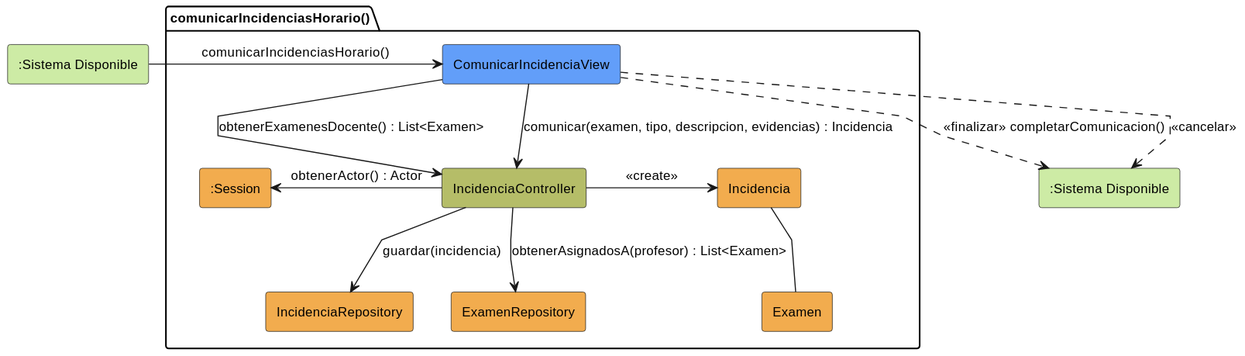
carlos-alvarado-25/25-26-idsw2-sdVC keeps this PlantUML diagram as images/01-analisis/casos-uso/comunicarIncidenciasHorario/comunicarIncidenciasHorario-analisis.svg. Above is the earlier version. Source of this version:
```plantuml
@startuml
skinparam backgroundColor white
skinparam shadowing false
skinparam DefaultFontColor black
skinparam DefaultFontSize 12
skinparam linetype polyline

rectangle #CDEBA5 ":Sistema Disponible" as SistemaDisponible

package comunicarIncidenciasHorario as "comunicarIncidenciasHorario()" {
    rectangle #629EF9 ComunicarIncidenciaView
    rectangle #b5bd68 IncidenciaController
    rectangle #F2AC4E IncidenciaRepository
    rectangle #F2AC4E ExamenRepository
    rectangle #F2AC4E Incidencia
    rectangle #F2AC4E Examen
    rectangle #F2AC4E ":Session" as Session
}

rectangle #CDEBA5 ":Sistema Disponible" as SistemaDisponibleSalida

SistemaDisponible -r-> ComunicarIncidenciaView: comunicarIncidenciasHorario()

ComunicarIncidenciaView -d-> IncidenciaController: obtenerExamenesDocente() : List<Examen>
IncidenciaController -l-> Session: obtenerActor() : Actor
IncidenciaController -d-> ExamenRepository: obtenerAsignadosA(profesor) : List<Examen>

ComunicarIncidenciaView -d-> IncidenciaController: comunicar(examen, tipo, descripcion, evidencias) : Incidencia

IncidenciaController -r-> Incidencia: <<create>>
IncidenciaController -d-> IncidenciaRepository: guardar(incidencia)

Incidencia -- Examen

ComunicarIncidenciaView ..> SistemaDisponibleSalida: <<finalizar>> completarComunicacion()
ComunicarIncidenciaView ..> SistemaDisponibleSalida: <<cancelar>>
@enduml
```
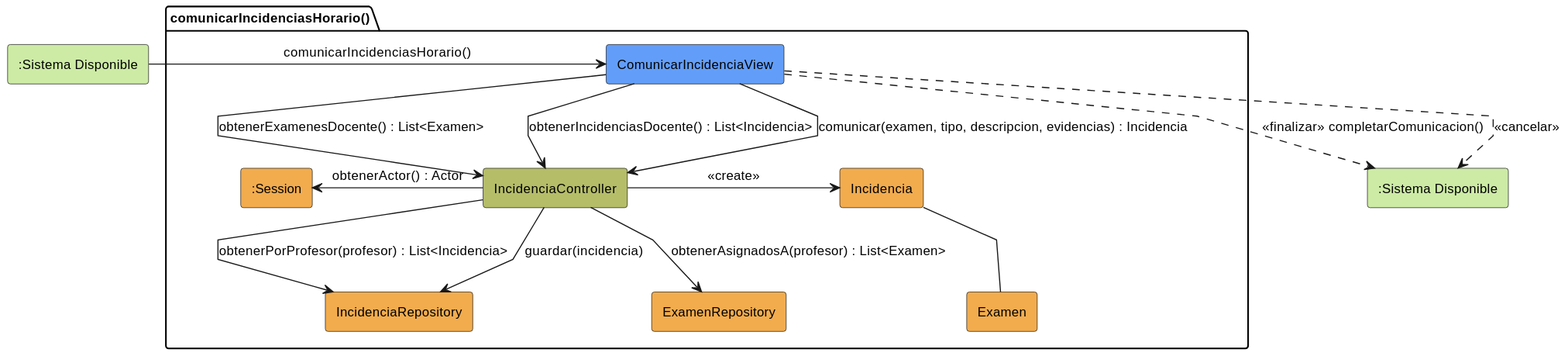
After the change.

The edit, as a diff of the source:
```diff
@@ -22,8 +22,10 @@
 SistemaDisponible -r-> ComunicarIncidenciaView: comunicarIncidenciasHorario()
 
 ComunicarIncidenciaView -d-> IncidenciaController: obtenerExamenesDocente() : List<Examen>
+ComunicarIncidenciaView -d-> IncidenciaController: obtenerIncidenciasDocente() : List<Incidencia>
 IncidenciaController -l-> Session: obtenerActor() : Actor
 IncidenciaController -d-> ExamenRepository: obtenerAsignadosA(profesor) : List<Examen>
+IncidenciaController -d-> IncidenciaRepository: obtenerPorProfesor(profesor) : List<Incidencia>
 
 ComunicarIncidenciaView -d-> IncidenciaController: comunicar(examen, tipo, descripcion, evidencias) : Incidencia
 
```
